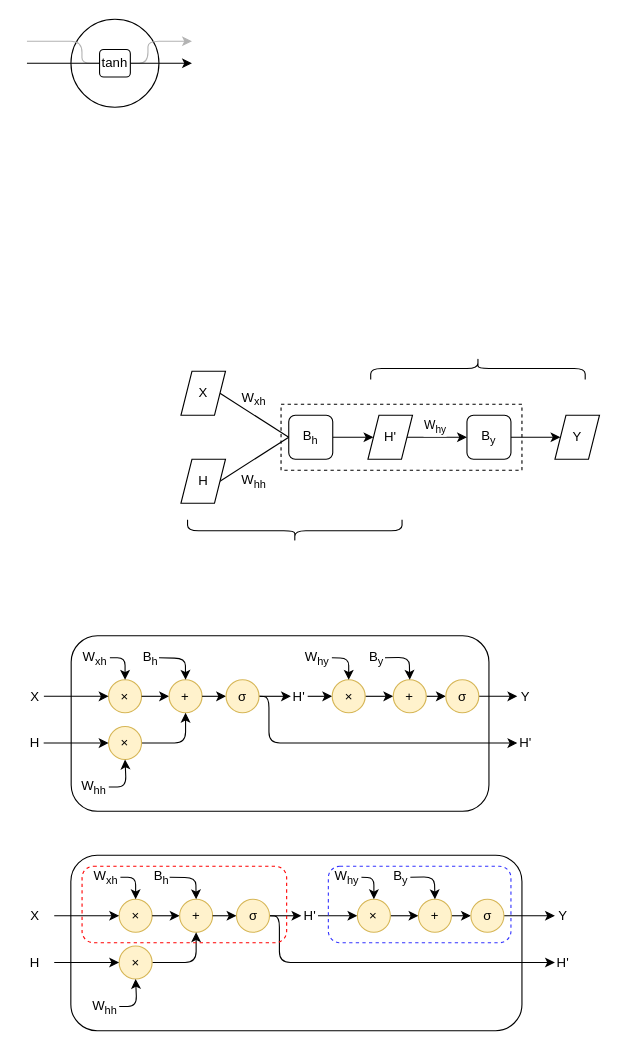
The draw.io diagram page "calc" (2 of 12) of draw/ch05_rnn.drawio in zxh0/ann-book, before the edit. Source tidied: cells renumbered, new cells numbered last; positions are measured from the earlier drawing's top-left corner, leaving out a move shared by most shapes. Both pictures are drawn from the tidied source at 110%, with x=0, y=0 at pixel (26, 19).
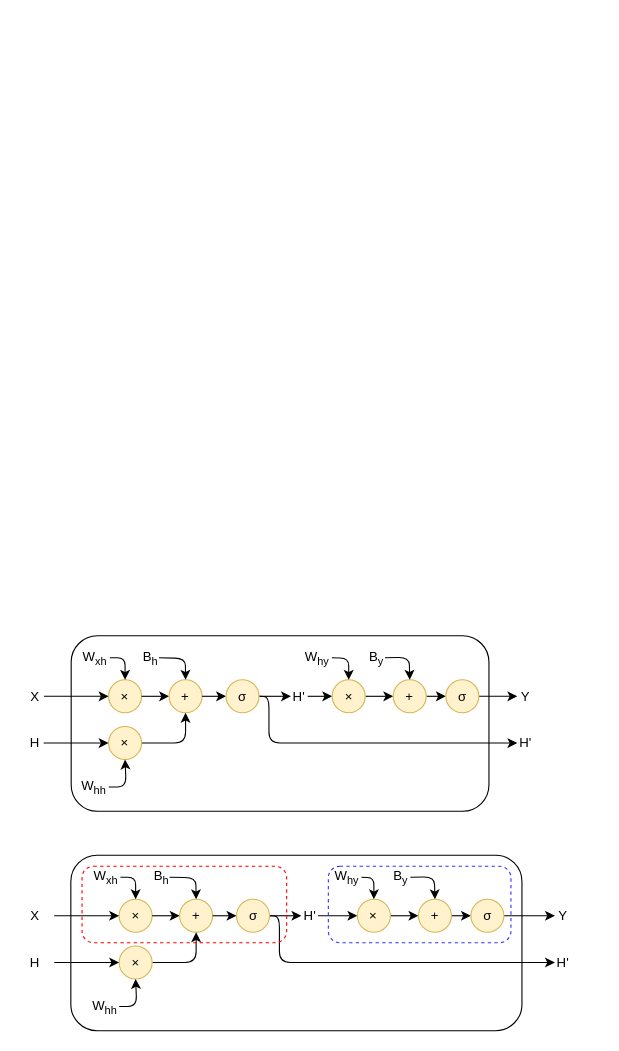
Above is the later version.

Diff of the diagram source:
```diff
@@
-    <mxCell id="2" style="ellipse;whiteSpace=wrap;html=1;" parent="1" vertex="1">
-      <mxGeometry x="40" width="80" height="80" as="geometry" />
-    </mxCell>
-    <mxCell id="3" style="endArrow=none;html=1;entryX=0;entryY=0.5;entryDx=0;entryDy=0;strokeColor=#B3B3B3;endFill=0;" parent="1" edge="1" target="5">
-      <mxGeometry relative="1" as="geometry">
-        <mxPoint y="20" as="sourcePoint" />
-        <Array as="points">
-          <mxPoint x="50" y="20" />
-          <mxPoint x="50" y="40" />
-        </Array>
-      </mxGeometry>
-    </mxCell>
-    <mxCell id="4" style="edgeStyle=none;html=1;exitX=1;exitY=0.5;exitDx=0;exitDy=0;strokeColor=#B3B3B3;" parent="1" edge="1" source="5">
-      <mxGeometry relative="1" as="geometry">
-        <mxPoint x="150" y="20" as="targetPoint" />
-        <Array as="points">
-          <mxPoint x="110" y="40" />
-          <mxPoint x="110" y="20" />
-        </Array>
-      </mxGeometry>
-    </mxCell>
-    <mxCell id="5" value="tanh" style="rounded=1;whiteSpace=wrap;html=1;" parent="1" vertex="1">
-      <mxGeometry x="66" y="27.5" width="28" height="25" as="geometry" />
-    </mxCell>
-    <mxCell id="6" style="endArrow=none;html=1;entryX=0;entryY=0.5;entryDx=0;entryDy=0;endFill=0;" parent="1" edge="1" target="5">
-      <mxGeometry relative="1" as="geometry">
-        <mxPoint y="40" as="sourcePoint" />
-      </mxGeometry>
-    </mxCell>
-    <mxCell id="7" style="edgeStyle=none;html=1;exitX=1;exitY=0.5;exitDx=0;exitDy=0;" parent="1" edge="1" source="5">
-      <mxGeometry relative="1" as="geometry">
-        <mxPoint x="150" y="40" as="targetPoint" />
-      </mxGeometry>
-    </mxCell>
-    <mxCell id="8" style="edgeStyle=none;html=1;entryX=0;entryY=0.5;entryDx=0;entryDy=0;exitX=1;exitY=0.5;exitDx=0;exitDy=0;" parent="1" edge="1" source="21" target="13">
-      <mxGeometry relative="1" as="geometry" />
-    </mxCell>
-    <mxCell id="9" style="edgeStyle=none;html=1;exitX=1;exitY=0.5;exitDx=0;exitDy=0;entryX=0;entryY=0.5;entryDx=0;entryDy=0;" parent="1" edge="1" source="10" target="20">
-      <mxGeometry relative="1" as="geometry" />
-    </mxCell>
-    <mxCell id="10" value="B&lt;sub&gt;h&lt;/sub&gt;" style="rounded=1;whiteSpace=wrap;html=1;" parent="1" vertex="1">
-      <mxGeometry x="238" y="360" width="40" height="40" as="geometry" />
-    </mxCell>
-    <mxCell id="11" style="edgeStyle=none;html=1;exitX=1;exitY=0.5;exitDx=0;exitDy=0;endArrow=none;endFill=0;entryX=0;entryY=0.5;entryDx=0;entryDy=0;" parent="1" edge="1" source="12" target="10">
-      <mxGeometry relative="1" as="geometry" />
-    </mxCell>
-    <mxCell id="12" value="X" style="shape=parallelogram;perimeter=parallelogramPerimeter;whiteSpace=wrap;html=1;fixedSize=1;size=10;" parent="1" vertex="1">
-      <mxGeometry x="140" y="320" width="40.5" height="40" as="geometry" />
-    </mxCell>
-    <mxCell id="13" value="Y" style="shape=parallelogram;perimeter=parallelogramPerimeter;whiteSpace=wrap;html=1;fixedSize=1;size=10;" parent="1" vertex="1">
-      <mxGeometry x="480" y="360" width="40.5" height="40" as="geometry" />
-    </mxCell>
-    <mxCell id="14" style="edgeStyle=none;html=1;exitX=1;exitY=0.5;exitDx=0;exitDy=0;entryX=0;entryY=0.5;entryDx=0;entryDy=0;endArrow=none;endFill=0;" parent="1" edge="1" source="15" target="10">
-      <mxGeometry relative="1" as="geometry" />
-    </mxCell>
-    <mxCell id="15" value="H" style="shape=parallelogram;perimeter=parallelogramPerimeter;whiteSpace=wrap;html=1;fixedSize=1;size=10;" parent="1" vertex="1">
-      <mxGeometry x="140" y="400" width="40.5" height="40" as="geometry" />
-    </mxCell>
-    <mxCell id="16" value="W&lt;sub&gt;xh&lt;/sub&gt;" style="text;html=1;align=center;verticalAlign=middle;strokeColor=none;fillColor=none;" parent="1" vertex="1">
-      <mxGeometry x="181" y="330" width="50" height="30" as="geometry" />
-    </mxCell>
-    <mxCell id="17" value="W&lt;sub&gt;hh&lt;/sub&gt;" style="text;html=1;align=center;verticalAlign=middle;strokeColor=none;fillColor=none;" parent="1" vertex="1">
-      <mxGeometry x="181" y="405" width="50" height="30" as="geometry" />
-    </mxCell>
-    <mxCell id="18" style="edgeStyle=none;html=1;exitX=1;exitY=0.5;exitDx=0;exitDy=0;entryX=0;entryY=0.5;entryDx=0;entryDy=0;" parent="1" edge="1" source="20" target="21">
-      <mxGeometry relative="1" as="geometry" />
-    </mxCell>
-    <mxCell id="19" value="W&lt;sub&gt;hy&lt;/sub&gt;" style="edgeLabel;html=1;align=center;verticalAlign=middle;" parent="18" vertex="1">
-      <mxGeometry x="-0.09" y="1" relative="1" as="geometry">
-        <mxPoint y="-9" as="offset" />
-      </mxGeometry>
-    </mxCell>
-    <mxCell id="20" value="H'" style="shape=parallelogram;perimeter=parallelogramPerimeter;whiteSpace=wrap;html=1;fixedSize=1;size=10;" parent="1" vertex="1">
-      <mxGeometry x="310" y="360" width="40.5" height="40" as="geometry" />
-    </mxCell>
-    <mxCell id="21" value="B&lt;sub&gt;y&lt;/sub&gt;" style="rounded=1;whiteSpace=wrap;html=1;" parent="1" vertex="1">
-      <mxGeometry x="400" y="360" width="40" height="40" as="geometry" />
-    </mxCell>
-    <mxCell id="22" style="rounded=0;whiteSpace=wrap;html=1;fillColor=none;dashed=1;" parent="1" vertex="1">
-      <mxGeometry x="231" y="350" width="219" height="60" as="geometry" />
-    </mxCell>
-    <mxCell id="23" style="shape=curlyBracket;whiteSpace=wrap;html=1;rounded=1;flipH=1;labelPosition=right;verticalLabelPosition=middle;align=left;verticalAlign=middle;rotation=90;" parent="1" vertex="1">
-      <mxGeometry x="233.5" y="367.5" width="20" height="195" as="geometry" />
-    </mxCell>
-    <mxCell id="24" style="shape=curlyBracket;whiteSpace=wrap;html=1;rounded=1;flipH=1;labelPosition=right;verticalLabelPosition=middle;align=left;verticalAlign=middle;rotation=-90;" parent="1" vertex="1">
-      <mxGeometry x="400" y="220" width="20" height="195" as="geometry" />
-    </mxCell>
```
